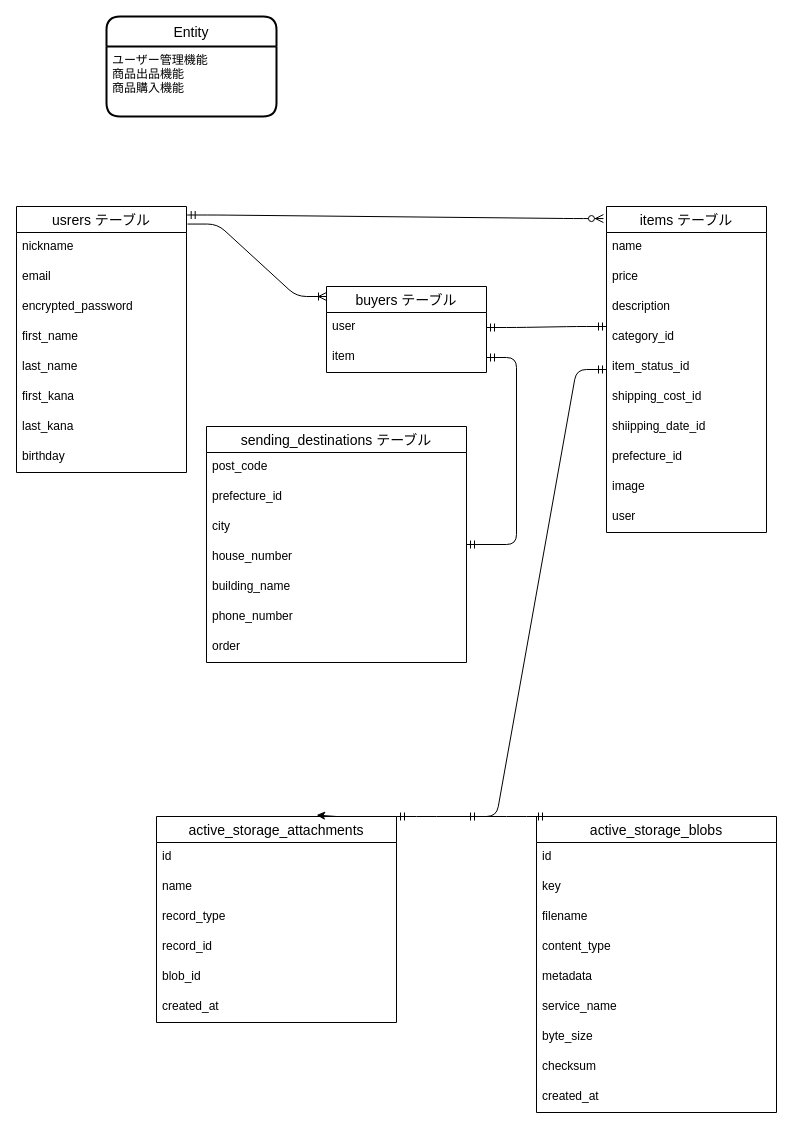
Above: furima-40469.dio in jones-2earth/furima-40469 (draw.io), before the change. Source tidied: cells renumbered, new cells numbered last; positions are measured from the earlier drawing's top-left corner, leaving out a move shared by most shapes. Both pictures are drawn from the tidied source at 100%, with x=0, y=0 at pixel (16, 16).
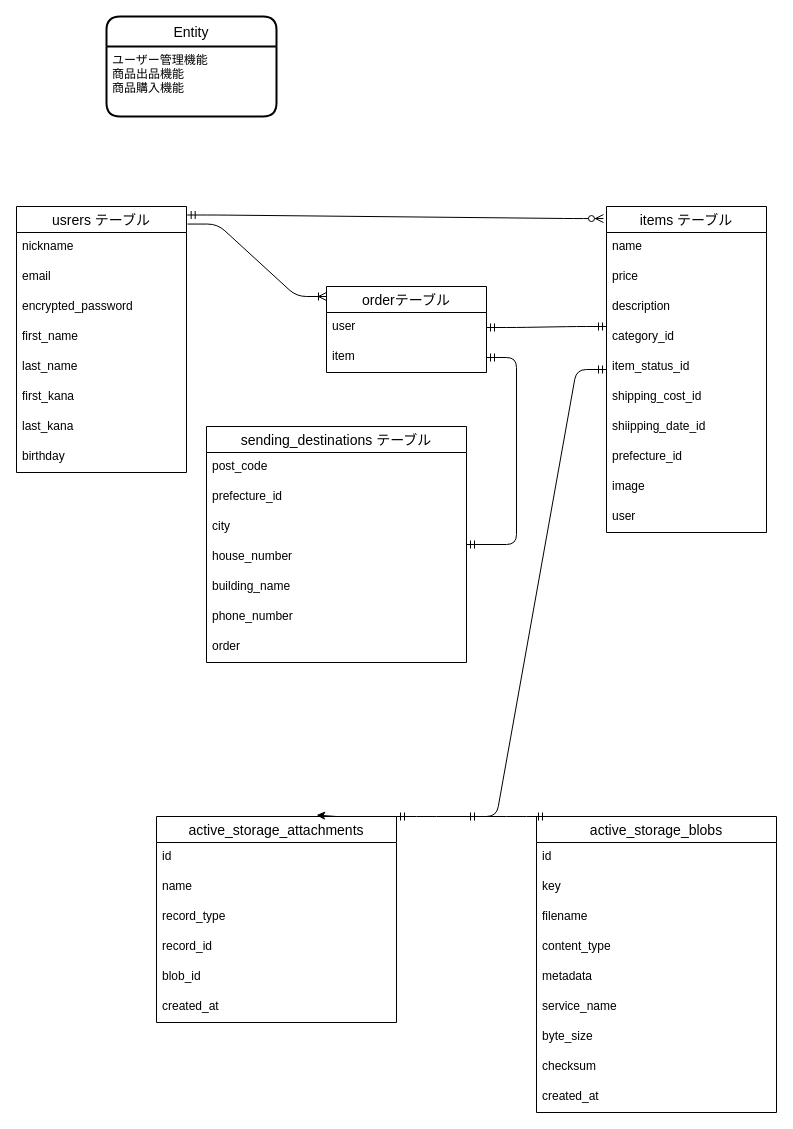
The same diagram, later.

What changed in the source:
```diff
@@
-    <mxCell id="33" value="buyers テーブル" style="swimlane;fontStyle=0;horizontal=1;startSize=26;align=center;fontSize=14;" parent="1" vertex="1">
+    <mxCell id="33" value="orderテーブル" style="swimlane;fontStyle=0;horizontal=1;startSize=26;align=center;fontSize=14;" parent="1" vertex="1">
       <mxGeometry x="310" y="270" width="160" height="86" as="geometry" />
     </mxCell>
```
